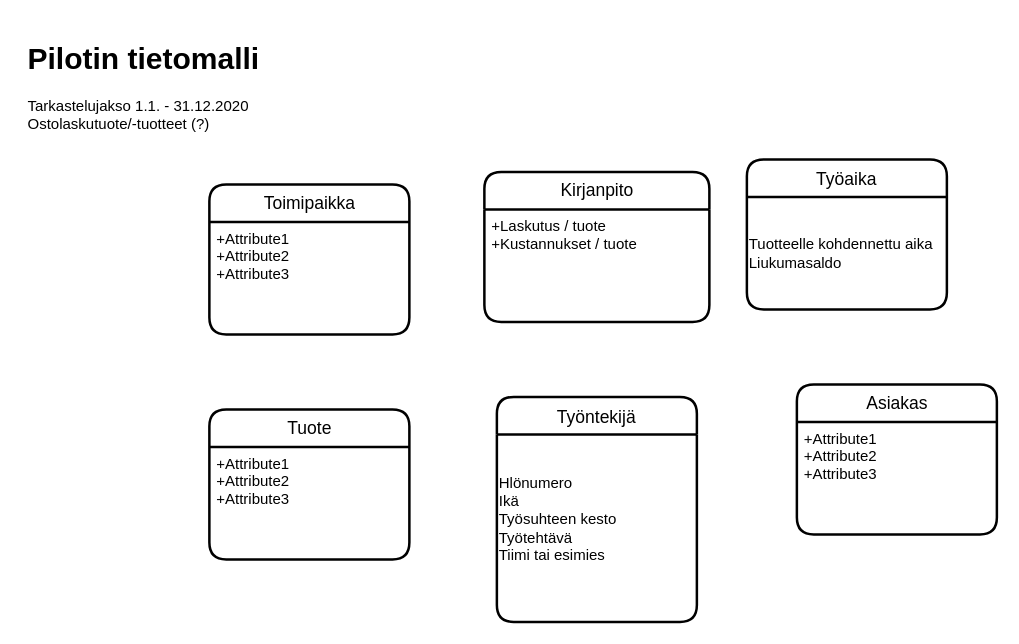
Earlier version of the draw.io diagram page "Page-2" (2 of 2) of Untitled Diagram.drawio (tiinasalmenius/testrepo). Source tidied: cells renumbered, new cells numbered last; positions are measured from the earlier drawing's top-left corner, leaving out a move shared by most shapes. Both pictures are drawn from the tidied source at 125%, with x=0, y=0 at pixel (21, 34).
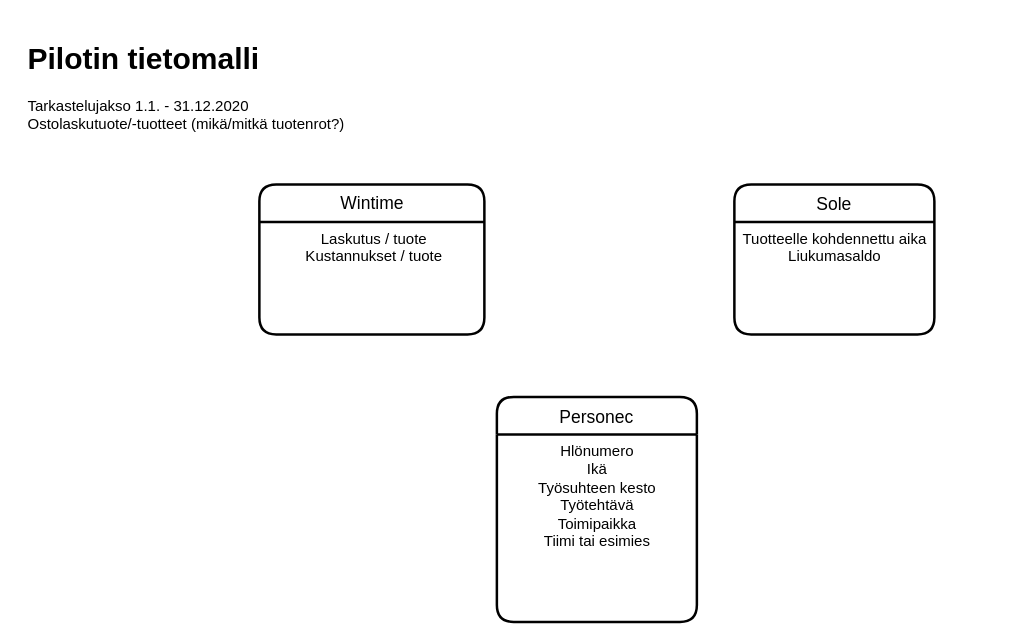
The same page after the edit.

What changed in the source:
```diff
@@
 <mxGraphModel>
   <root>
     <mxCell id="0" />
     <mxCell id="1" parent="0" />
-    <mxCell id="2" value="Työntekijä" style="swimlane;horizontal=1;startSize=30;rounded=1;fontSize=14;fontStyle=0;strokeWidth=2;shadow=0;dashed=0;align=center;" parent="1" vertex="1">
+    <mxCell id="2" value="Personec" style="swimlane;horizontal=1;startSize=30;rounded=1;fontSize=14;fontStyle=0;strokeWidth=2;shadow=0;dashed=0;align=center;" parent="1" vertex="1">
       <mxGeometry x="380" y="290" width="160" height="180" as="geometry" />
     </mxCell>
-    <mxCell id="3" value="Hlönumero&lt;br&gt;Ikä&lt;br&gt;Työsuhteen kesto&lt;br&gt;Työtehtävä&lt;br&gt;Tiimi tai esimies&lt;br&gt;&lt;br&gt;" style="text;html=1;align=left;verticalAlign=middle;fillColor=none;strokeColor=none;rounded=0;" parent="2" vertex="1">
+    <mxCell id="3" value="Hlönumero&lt;br&gt;Ikä&lt;br&gt;Työsuhteen kesto&lt;br&gt;Työtehtävä&lt;br&gt;Toimipaikka&lt;br&gt;Tiimi tai esimies" style="text;html=1;align=center;verticalAlign=top;fillColor=none;strokeColor=none;rounded=0;horizontal=1;labelPosition=center;verticalLabelPosition=middle;" parent="2" vertex="1">
       <mxGeometry y="30" width="160" height="150" as="geometry" />
     </mxCell>
-    <mxCell id="4" value="Työaika" style="swimlane;horizontal=1;startSize=30;rounded=1;fontSize=14;fontStyle=0;strokeWidth=2;shadow=0;dashed=0;align=center;" parent="1" vertex="1">
-      <mxGeometry x="580" y="100" width="160" height="120" as="geometry" />
+    <mxCell id="4" value="Sole" style="swimlane;horizontal=1;startSize=30;rounded=1;fontSize=14;fontStyle=0;strokeWidth=2;shadow=0;dashed=0;align=center;" parent="1" vertex="1">
+      <mxGeometry x="570" y="120" width="160" height="120" as="geometry" />
     </mxCell>
-    <mxCell id="5" value="Tuotteelle kohdennettu aika&lt;br&gt;Liukumasaldo" style="text;html=1;align=left;verticalAlign=middle;fillColor=none;strokeColor=none;rounded=0;" parent="4" vertex="1">
-      <mxGeometry y="30" width="160" height="90" as="geometry" />
-    </mxCell>
-    <mxCell id="6" value="Toimipaikka" style="swimlane;horizontal=1;startSize=30;rounded=1;fontSize=14;fontStyle=0;strokeWidth=2;shadow=0;dashed=0;align=center;html=1;" parent="1" vertex="1">
-      <mxGeometry x="150" y="120" width="160" height="120" as="geometry" />
-    </mxCell>
-    <mxCell id="7" value="+Attribute1&#10;+Attribute2&#10;+Attribute3" style="align=left;strokeColor=none;fillColor=none;spacingLeft=4;fontSize=12;verticalAlign=top;" parent="6" vertex="1">
-      <mxGeometry y="30" width="160" height="90" as="geometry" />
-    </mxCell>
-    <mxCell id="8" value="Asiakas" style="swimlane;horizontal=1;startSize=30;rounded=1;fontSize=14;fontStyle=0;strokeWidth=2;shadow=0;dashed=0;align=center;html=1;" parent="1" vertex="1">
-      <mxGeometry x="620" y="280" width="160" height="120" as="geometry" />
-    </mxCell>
-    <mxCell id="9" value="+Attribute1&#10;+Attribute2&#10;+Attribute3" style="align=left;strokeColor=none;fillColor=none;spacingLeft=4;fontSize=12;verticalAlign=top;" parent="8" vertex="1">
-      <mxGeometry y="30" width="160" height="90" as="geometry" />
-    </mxCell>
-    <mxCell id="10" value="Tuote" style="swimlane;horizontal=1;startSize=30;rounded=1;fontSize=14;fontStyle=0;strokeWidth=2;shadow=0;dashed=0;align=center;html=1;" parent="1" vertex="1">
-      <mxGeometry x="150" y="300" width="160" height="120" as="geometry" />
-    </mxCell>
-    <mxCell id="11" value="+Attribute1&#10;+Attribute2&#10;+Attribute3" style="align=left;strokeColor=none;fillColor=none;spacingLeft=4;fontSize=12;verticalAlign=top;" parent="10" vertex="1">
-      <mxGeometry y="30" width="160" height="90" as="geometry" />
-    </mxCell>
-    <mxCell id="12" value="Kirjanpito" style="swimlane;horizontal=1;startSize=30;rounded=1;fontSize=14;fontStyle=0;strokeWidth=2;shadow=0;dashed=0;align=center;html=1;" parent="1" vertex="1">
-      <mxGeometry x="370" y="110" width="180" height="120" as="geometry" />
+    <mxCell id="12" value="Wintime" style="swimlane;horizontal=1;startSize=30;rounded=1;fontSize=14;fontStyle=0;strokeWidth=2;shadow=0;dashed=0;align=center;html=1;" parent="1" vertex="1">
+      <mxGeometry x="190" y="120" width="180" height="120" as="geometry" />
     </mxCell>
-    <mxCell id="13" value="+Laskutus / tuote&#10;+Kustannukset / tuote&#10;" style="align=left;strokeColor=none;fillColor=none;spacingLeft=4;fontSize=12;verticalAlign=top;" parent="12" vertex="1">
+    <mxCell id="13" value="Laskutus / tuote&#10;Kustannukset / tuote&#10;" style="align=center;strokeColor=none;fillColor=none;spacingLeft=4;fontSize=12;verticalAlign=top;" parent="12" vertex="1">
       <mxGeometry y="30" width="180" height="90" as="geometry" />
     </mxCell>
-    <mxCell id="14" value="&lt;h1&gt;Pilotin tietomalli&lt;/h1&gt;&lt;p&gt;Tarkastelujakso 1.1. - 31.12.2020&lt;br&gt;Ostolaskutuote/-tuotteet (?)&lt;/p&gt;&lt;p&gt;&lt;br&gt;&lt;/p&gt;" style="text;html=1;strokeColor=none;fillColor=none;spacing=5;spacingTop=-20;whiteSpace=wrap;overflow=hidden;rounded=0;align=left;" parent="1" vertex="1">
+    <mxCell id="14" value="&lt;h1&gt;Pilotin tietomalli&lt;/h1&gt;&lt;p&gt;Tarkastelujakso 1.1. - 31.12.2020&lt;br&gt;Ostolaskutuote/-tuotteet (mikä/mitkä tuotenrot?)&lt;/p&gt;&lt;p&gt;&lt;br&gt;&lt;/p&gt;" style="text;html=1;strokeColor=none;fillColor=none;spacing=5;spacingTop=-20;whiteSpace=wrap;overflow=hidden;rounded=0;align=left;" parent="1" vertex="1">
       <mxGeometry width="380" height="100" as="geometry" />
     </mxCell>
+    <mxCell id="5" value="Tuotteelle kohdennettu aika&lt;br&gt;Liukumasaldo" style="text;html=1;align=center;verticalAlign=top;fillColor=none;strokeColor=none;rounded=0;" parent="1" vertex="1">
+      <mxGeometry x="570" y="150" width="160" height="30" as="geometry" />
+    </mxCell>
   </root>
 </mxGraphModel>
```
